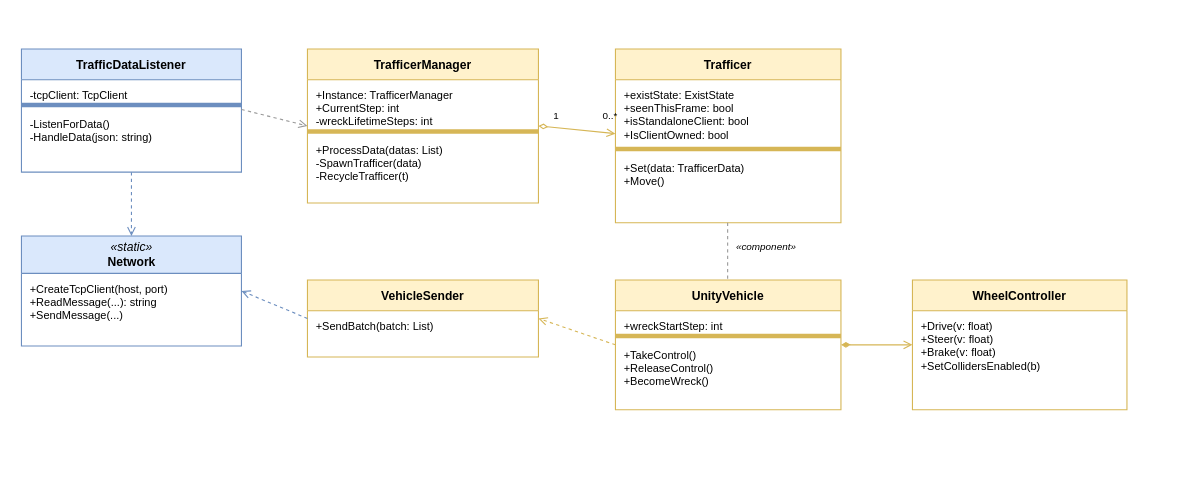
This is DiagramsCode/hinh4.5-so-do-lop-unity.drawio from MinhHoang137/SUMO-GR1, a draw.io file, before an edit. Source tidied: cells renumbered, new cells numbered last; positions are measured from the earlier drawing's top-left corner, leaving out a move shared by most shapes. Both pictures are drawn from the tidied source at 110%, with x=0, y=0 at pixel (21, 48).
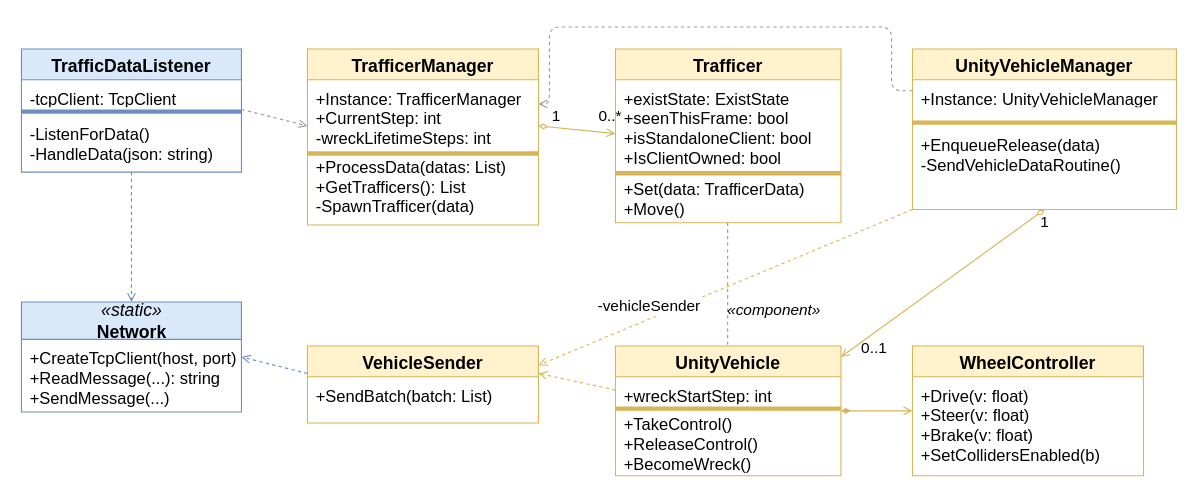
Above is the later version.

The edit, as a diff of the source:
```diff
@@
-    <mxCell id="2" value="TrafficDataListener" style="swimlane;fontStyle=1;align=center;startSize=28;fillColor=#dae8fc;strokeColor=#6c8ebf;fontSize=11;" parent="1" vertex="1">
+    <mxCell id="2" value="TrafficDataListener" style="swimlane;fontStyle=1;align=center;startSize=28;fillColor=#dae8fc;strokeColor=#6c8ebf;fontSize=16;" parent="1" vertex="1">
       <mxGeometry width="200" height="112" as="geometry" />
     </mxCell>
-    <mxCell id="3" value="-tcpClient: TcpClient" style="text;strokeColor=none;fillColor=none;align=left;verticalAlign=top;spacingLeft=6;spacingTop=2;overflow=hidden;fontSize=10;" parent="2" vertex="1">
+    <mxCell id="3" value="-tcpClient: TcpClient" style="text;strokeColor=none;fillColor=none;align=left;verticalAlign=top;spacingLeft=6;spacingTop=2;overflow=hidden;fontSize=15;" parent="2" vertex="1">
       <mxGeometry y="28" width="200" height="20" as="geometry" />
     </mxCell>
     <mxCell id="4" style="line;strokeColor=#6c8ebf;fillColor=none;" parent="2" vertex="1">
-      <mxGeometry y="48" width="200" height="6" as="geometry" />
+      <mxGeometry y="54" width="200" height="6" as="geometry" />
     </mxCell>
-    <mxCell id="5" value="-ListenForData()&#10;-HandleData(json: string)" style="text;strokeColor=none;fillColor=none;align=left;verticalAlign=top;spacingLeft=6;spacingTop=2;overflow=hidden;fontSize=10;" parent="2" vertex="1">
-      <mxGeometry y="54" width="200" height="58" as="geometry" />
+    <mxCell id="5" value="-ListenForData()&#10;-HandleData(json: string)" style="text;strokeColor=none;fillColor=none;align=left;verticalAlign=top;spacingLeft=6;spacingTop=2;overflow=hidden;fontSize=15;" parent="2" vertex="1">
+      <mxGeometry y="60" width="200" height="52" as="geometry" />
     </mxCell>
-    <mxCell id="6" value="&lt;i&gt;«static»&lt;/i&gt;&lt;br&gt;&lt;b&gt;Network&lt;/b&gt;" style="swimlane;fontStyle=0;align=center;startSize=34;fillColor=#dae8fc;strokeColor=#6c8ebf;fontSize=11;html=1;" parent="1" vertex="1">
-      <mxGeometry y="170" width="200" height="100" as="geometry" />
+    <mxCell id="6" value="&lt;i&gt;«static»&lt;/i&gt;&lt;br&gt;&lt;b&gt;Network&lt;/b&gt;" style="swimlane;fontStyle=0;align=center;startSize=34;fillColor=#dae8fc;strokeColor=#6c8ebf;fontSize=16;html=1;" parent="1" vertex="1">
+      <mxGeometry y="230" width="200" height="100" as="geometry" />
     </mxCell>
-    <mxCell id="7" value="+CreateTcpClient(host, port)&#10;+ReadMessage(...): string&#10;+SendMessage(...)" style="text;strokeColor=none;fillColor=none;align=left;verticalAlign=top;spacingLeft=6;spacingTop=2;overflow=hidden;fontSize=10;" parent="6" vertex="1">
+    <mxCell id="7" value="+CreateTcpClient(host, port)&#10;+ReadMessage(...): string&#10;+SendMessage(...)" style="text;strokeColor=none;fillColor=none;align=left;verticalAlign=top;spacingLeft=6;spacingTop=2;overflow=hidden;fontSize=15;" parent="6" vertex="1">
       <mxGeometry y="34" width="200" height="66" as="geometry" />
     </mxCell>
-    <mxCell id="8" value="TrafficerManager" style="swimlane;fontStyle=1;align=center;startSize=28;fillColor=#fff2cc;strokeColor=#d6b656;fontSize=11;" parent="1" vertex="1">
-      <mxGeometry x="260" width="210" height="140" as="geometry" />
+    <mxCell id="8" value="TrafficerManager" style="swimlane;fontStyle=1;align=center;startSize=28;fillColor=#fff2cc;strokeColor=#d6b656;fontSize=16;" parent="1" vertex="1">
+      <mxGeometry x="260" width="210" height="160" as="geometry" />
     </mxCell>
-    <mxCell id="9" value="+Instance: TrafficerManager&#10;+CurrentStep: int&#10;-wreckLifetimeSteps: int" style="text;strokeColor=none;fillColor=none;align=left;verticalAlign=top;spacingLeft=6;spacingTop=2;overflow=hidden;fontSize=10;" parent="8" vertex="1">
-      <mxGeometry y="28" width="210" height="44" as="geometry" />
+    <mxCell id="9" value="+Instance: TrafficerManager&#10;+CurrentStep: int&#10;-wreckLifetimeSteps: int" style="text;strokeColor=none;fillColor=none;align=left;verticalAlign=top;spacingLeft=6;spacingTop=2;overflow=hidden;fontSize=15;" parent="8" vertex="1">
+      <mxGeometry y="28" width="210" height="72" as="geometry" />
     </mxCell>
     <mxCell id="10" style="line;strokeColor=#d6b656;fillColor=none;" parent="8" vertex="1">
-      <mxGeometry y="72" width="210" height="6" as="geometry" />
+      <mxGeometry y="90" width="210" height="10" as="geometry" />
     </mxCell>
-    <mxCell id="11" value="+ProcessData(datas: List)&#10;-SpawnTrafficer(data)&#10;-RecycleTrafficer(t)" style="text;strokeColor=none;fillColor=none;align=left;verticalAlign=top;spacingLeft=6;spacingTop=2;overflow=hidden;fontSize=10;" parent="8" vertex="1">
-      <mxGeometry y="78" width="210" height="62" as="geometry" />
+    <mxCell id="11" value="+ProcessData(datas: List)&#10;+GetTrafficers(): List&#10;-SpawnTrafficer(data)" style="text;strokeColor=none;fillColor=none;align=left;verticalAlign=top;spacingLeft=6;spacingTop=2;overflow=hidden;fontSize=15;" parent="8" vertex="1">
+      <mxGeometry y="90" width="210" height="70" as="geometry" />
     </mxCell>
-    <mxCell id="12" value="VehicleSender" style="swimlane;fontStyle=1;align=center;startSize=28;fillColor=#fff2cc;strokeColor=#d6b656;fontSize=11;" parent="1" vertex="1">
-      <mxGeometry x="260" y="210" width="210" height="70" as="geometry" />
+    <mxCell id="12" value="VehicleSender" style="swimlane;fontStyle=1;align=center;startSize=28;fillColor=#fff2cc;strokeColor=#d6b656;fontSize=16;" parent="1" vertex="1">
+      <mxGeometry x="260" y="270" width="210" height="70" as="geometry" />
     </mxCell>
-    <mxCell id="13" value="+SendBatch(batch: List)" style="text;strokeColor=none;fillColor=none;align=left;verticalAlign=top;spacingLeft=6;spacingTop=2;overflow=hidden;fontSize=10;" parent="12" vertex="1">
+    <mxCell id="13" value="+SendBatch(batch: List)" style="text;strokeColor=none;fillColor=none;align=left;verticalAlign=top;spacingLeft=6;spacingTop=2;overflow=hidden;fontSize=15;" parent="12" vertex="1">
       <mxGeometry y="28" width="210" height="42" as="geometry" />
     </mxCell>
-    <mxCell id="14" value="Trafficer" style="swimlane;fontStyle=1;align=center;startSize=28;fillColor=#fff2cc;strokeColor=#d6b656;fontSize=11;" parent="1" vertex="1">
+    <mxCell id="14" value="Trafficer" style="swimlane;fontStyle=1;align=center;startSize=28;fillColor=#fff2cc;strokeColor=#d6b656;fontSize=16;" parent="1" vertex="1">
       <mxGeometry x="540" width="205" height="158" as="geometry" />
     </mxCell>
-    <mxCell id="15" value="+existState: ExistState&#10;+seenThisFrame: bool&#10;+isStandaloneClient: bool&#10;+IsClientOwned: bool" style="text;strokeColor=none;fillColor=none;align=left;verticalAlign=top;spacingLeft=6;spacingTop=2;overflow=hidden;fontSize=10;" parent="14" vertex="1">
-      <mxGeometry y="28" width="205" height="60" as="geometry" />
+    <mxCell id="15" value="+existState: ExistState&#10;+seenThisFrame: bool&#10;+isStandaloneClient: bool&#10;+IsClientOwned: bool" style="text;strokeColor=none;fillColor=none;align=left;verticalAlign=top;spacingLeft=6;spacingTop=2;overflow=hidden;fontSize=15;" parent="14" vertex="1">
+      <mxGeometry y="28" width="205" height="82" as="geometry" />
     </mxCell>
     <mxCell id="16" style="line;strokeColor=#d6b656;fillColor=none;" parent="14" vertex="1">
-      <mxGeometry y="88" width="205" height="6" as="geometry" />
+      <mxGeometry y="110" width="205" height="6" as="geometry" />
     </mxCell>
-    <mxCell id="17" value="+Set(data: TrafficerData)&#10;+Move()" style="text;strokeColor=none;fillColor=none;align=left;verticalAlign=top;spacingLeft=6;spacingTop=2;overflow=hidden;fontSize=10;" parent="14" vertex="1">
-      <mxGeometry y="94" width="205" height="64" as="geometry" />
+    <mxCell id="17" value="+Set(data: TrafficerData)&#10;+Move()" style="text;strokeColor=none;fillColor=none;align=left;verticalAlign=top;spacingLeft=6;spacingTop=2;overflow=hidden;fontSize=15;" parent="14" vertex="1">
+      <mxGeometry y="110" width="205" height="58" as="geometry" />
     </mxCell>
-    <mxCell id="18" value="UnityVehicle" style="swimlane;fontStyle=1;align=center;startSize=28;fillColor=#fff2cc;strokeColor=#d6b656;fontSize=11;" parent="1" vertex="1">
-      <mxGeometry x="540" y="210" width="205" height="118" as="geometry" />
+    <mxCell id="18" value="UnityVehicle" style="swimlane;fontStyle=1;align=center;startSize=28;fillColor=#fff2cc;strokeColor=#d6b656;fontSize=16;" parent="1" vertex="1">
+      <mxGeometry x="540" y="270" width="205" height="118" as="geometry" />
     </mxCell>
-    <mxCell id="19" value="+wreckStartStep: int" style="text;strokeColor=none;fillColor=none;align=left;verticalAlign=top;spacingLeft=6;spacingTop=2;overflow=hidden;fontSize=10;" parent="18" vertex="1">
+    <mxCell id="19" value="+wreckStartStep: int" style="text;strokeColor=none;fillColor=none;align=left;verticalAlign=top;spacingLeft=6;spacingTop=2;overflow=hidden;fontSize=15;" parent="18" vertex="1">
       <mxGeometry y="28" width="205" height="20" as="geometry" />
     </mxCell>
     <mxCell id="20" style="line;strokeColor=#d6b656;fillColor=none;" parent="18" vertex="1">
-      <mxGeometry y="48" width="205" height="6" as="geometry" />
+      <mxGeometry y="54" width="205" height="6" as="geometry" />
     </mxCell>
-    <mxCell id="21" value="+TakeControl()&#10;+ReleaseControl()&#10;+BecomeWreck()" style="text;strokeColor=none;fillColor=none;align=left;verticalAlign=top;spacingLeft=6;spacingTop=2;overflow=hidden;fontSize=10;" parent="18" vertex="1">
+    <mxCell id="21" value="+TakeControl()&#10;+ReleaseControl()&#10;+BecomeWreck()" style="text;strokeColor=none;fillColor=none;align=left;verticalAlign=top;spacingLeft=6;spacingTop=2;overflow=hidden;fontSize=15;" parent="18" vertex="1">
       <mxGeometry y="54" width="205" height="64" as="geometry" />
     </mxCell>
+    <mxCell id="34" value="UnityVehicleManager" style="swimlane;fontStyle=1;align=center;startSize=28;fillColor=#fff2cc;strokeColor=#d6b656;fontSize=16;" parent="1" vertex="1">
+      <mxGeometry x="810" width="240" height="146" as="geometry" />
+    </mxCell>
+    <mxCell id="35" value="+Instance: UnityVehicleManager" style="text;strokeColor=none;fillColor=none;align=left;verticalAlign=top;spacingLeft=6;spacingTop=2;overflow=hidden;fontSize=15;" parent="34" vertex="1">
+      <mxGeometry y="28" width="240" height="20" as="geometry" />
+    </mxCell>
+    <mxCell id="36" style="line;strokeColor=#d6b656;fillColor=none;" parent="34" vertex="1">
+      <mxGeometry y="64" width="240" height="6" as="geometry" />
+    </mxCell>
+    <mxCell id="37" value="+EnqueueRelease(data)&#10;-SendVehicleDataRoutine()" style="text;strokeColor=none;fillColor=none;align=left;verticalAlign=top;spacingLeft=6;spacingTop=2;overflow=hidden;fontSize=15;" parent="34" vertex="1">
+      <mxGeometry y="70" width="240" height="76" as="geometry" />
+    </mxCell>
-    <mxCell id="22" value="WheelController" style="swimlane;fontStyle=1;align=center;startSize=28;fillColor=#fff2cc;strokeColor=#d6b656;fontSize=11;" parent="1" vertex="1">
-      <mxGeometry x="810" y="210" width="195" height="118" as="geometry" />
+    <mxCell id="22" value="WheelController" style="swimlane;fontStyle=1;align=center;startSize=28;fillColor=#fff2cc;strokeColor=#d6b656;fontSize=16;" parent="1" vertex="1">
+      <mxGeometry x="810" y="270" width="210" height="118" as="geometry" />
     </mxCell>
-    <mxCell id="23" value="+Drive(v: float)&#10;+Steer(v: float)&#10;+Brake(v: float)&#10;+SetCollidersEnabled(b)" style="text;strokeColor=none;fillColor=none;align=left;verticalAlign=top;spacingLeft=6;spacingTop=2;overflow=hidden;fontSize=10;" parent="22" vertex="1">
-      <mxGeometry y="28" width="195" height="90" as="geometry" />
+    <mxCell id="23" value="+Drive(v: float)&#10;+Steer(v: float)&#10;+Brake(v: float)&#10;+SetCollidersEnabled(b)" style="text;strokeColor=none;fillColor=none;align=left;verticalAlign=top;spacingLeft=6;spacingTop=2;overflow=hidden;fontSize=15;" parent="22" vertex="1">
+      <mxGeometry y="28" width="210" height="90" as="geometry" />
     </mxCell>
-    <mxCell id="24" style="endArrow=open;endFill=0;dashed=1;strokeColor=#6c8ebf;fontSize=9;" parent="1" edge="1">
+    <mxCell id="24" style="endArrow=open;endFill=0;dashed=1;strokeColor=#6c8ebf;fontSize=14;" parent="1" edge="1">
       <mxGeometry relative="1" as="geometry">
         <mxPoint x="100" y="112" as="sourcePoint" />
-        <mxPoint x="100" y="170" as="targetPoint" />
+        <mxPoint x="100" y="230" as="targetPoint" />
       </mxGeometry>
     </mxCell>
-    <mxCell id="25" style="endArrow=open;endFill=0;dashed=1;strokeColor=#999999;fontSize=9;" parent="1" edge="1">
+    <mxCell id="25" style="endArrow=open;endFill=0;dashed=1;strokeColor=#999999;fontSize=14;" parent="1" edge="1">
       <mxGeometry relative="1" as="geometry">
         <mxPoint x="200" y="55" as="sourcePoint" />
         <mxPoint x="260" y="70" as="targetPoint" />
       </mxGeometry>
     </mxCell>
@@
-    <mxCell id="27" value="1" style="text;html=1;strokeColor=none;fillColor=none;align=center;verticalAlign=middle;fontSize=9;" parent="1" vertex="1">
+    <mxCell id="27" value="1" style="text;html=1;strokeColor=none;fillColor=none;align=center;verticalAlign=middle;fontSize=14;" parent="1" vertex="1">
       <mxGeometry x="478" y="54" width="16" height="14" as="geometry" />
     </mxCell>
-    <mxCell id="28" value="0..*" style="text;html=1;strokeColor=none;fillColor=none;align=center;verticalAlign=middle;fontSize=9;" parent="1" vertex="1">
+    <mxCell id="28" value="0..*" style="text;html=1;strokeColor=none;fillColor=none;align=center;verticalAlign=middle;fontSize=14;" parent="1" vertex="1">
       <mxGeometry x="520" y="54" width="30" height="14" as="geometry" />
     </mxCell>
     <mxCell id="29" style="endArrow=none;dashed=1;strokeColor=#999999;" parent="1" edge="1">
       <mxGeometry relative="1" as="geometry">
         <mxPoint x="642" y="158" as="sourcePoint" />
-        <mxPoint x="642" y="210" as="targetPoint" />
+        <mxPoint x="642" y="270" as="targetPoint" />
       </mxGeometry>
     </mxCell>
-    <mxCell id="30" value="«component»" style="text;html=1;strokeColor=none;fillColor=none;align=left;verticalAlign=middle;fontSize=9;fontStyle=2;" parent="1" vertex="1">
-      <mxGeometry x="648" y="173" width="78" height="14" as="geometry" />
+    <mxCell id="30" value="«component»" style="text;html=1;strokeColor=none;fillColor=none;align=left;verticalAlign=middle;fontSize=14;fontStyle=2;" parent="1" vertex="1">
+      <mxGeometry x="640" y="230" width="78" height="14" as="geometry" />
     </mxCell>
     <mxCell id="31" style="startArrow=diamondThin;startFill=1;endArrow=open;endFill=0;strokeColor=#d6b656;" parent="1" edge="1">
       <mxGeometry relative="1" as="geometry">
-        <mxPoint x="745" y="269" as="sourcePoint" />
-        <mxPoint x="810" y="269" as="targetPoint" />
+        <mxPoint x="745" y="329" as="sourcePoint" />
+        <mxPoint x="810" y="329" as="targetPoint" />
       </mxGeometry>
     </mxCell>
-    <mxCell id="32" style="endArrow=open;endFill=0;dashed=1;strokeColor=#d6b656;fontSize=9;" parent="1" edge="1">
+    <mxCell id="32" style="endArrow=open;endFill=0;dashed=1;strokeColor=#d6b656;fontSize=14;" parent="1" edge="1">
       <mxGeometry relative="1" as="geometry">
-        <mxPoint x="540" y="269" as="sourcePoint" />
-        <mxPoint x="470" y="245" as="targetPoint" />
+        <mxPoint x="540" y="310" as="sourcePoint" />
+        <mxPoint x="470" y="295" as="targetPoint" />
       </mxGeometry>
     </mxCell>
-    <mxCell id="33" style="endArrow=open;endFill=0;dashed=1;strokeColor=#6c8ebf;fontSize=9;" parent="1" edge="1">
+    <mxCell id="33" style="endArrow=open;endFill=0;dashed=1;strokeColor=#6c8ebf;fontSize=14;" parent="1" edge="1">
       <mxGeometry relative="1" as="geometry">
-        <mxPoint x="260" y="245" as="sourcePoint" />
-        <mxPoint x="200" y="220" as="targetPoint" />
+        <mxPoint x="260" y="295" as="sourcePoint" />
+        <mxPoint x="200" y="280" as="targetPoint" />
       </mxGeometry>
     </mxCell>
+    <mxCell id="38" value="-vehicleSender" style="endArrow=open;endFill=0;dashed=1;strokeColor=#d6b656;fontSize=14;entryX=1;entryY=0.25;entryDx=0;entryDy=0;exitX=0;exitY=1;exitDx=0;exitDy=0;" parent="1" edge="1" source="37" target="12">
+      <mxGeometry x="0.38" y="-12" relative="1" as="geometry" />
+    </mxCell>
+    <mxCell id="39" style="startArrow=diamondThin;startFill=0;endArrow=open;endFill=0;strokeColor=#d6b656;exitX=0.5;exitY=1;exitDx=0;exitDy=0;" parent="1" edge="1" source="34">
+      <mxGeometry relative="1" as="geometry">
+        <mxPoint x="745" y="280" as="targetPoint" />
+      </mxGeometry>
+    </mxCell>
+    <mxCell id="40" value="0..1" style="text;html=1;strokeColor=none;fillColor=none;align=center;verticalAlign=middle;fontSize=14;" parent="1" vertex="1">
+      <mxGeometry x="760" y="265" width="30" height="14" as="geometry" />
+    </mxCell>
+    <mxCell id="41" style="endArrow=open;endFill=0;dashed=1;strokeColor=#999999;fontSize=14;edgeStyle=orthogonalEdgeStyle;exitX=0;exitY=0.5;exitDx=0;exitDy=0;" parent="1" edge="1" source="35">
+      <mxGeometry relative="1" as="geometry">
+        <mxPoint x="470" y="50" as="targetPoint" />
+        <Array as="points">
+          <mxPoint x="791" y="38" />
+          <mxPoint x="791" y="-20" />
+          <mxPoint x="480" y="-20" />
+          <mxPoint x="480" y="50" />
+        </Array>
+      </mxGeometry>
+    </mxCell>
+    <mxCell id="42" value="1" style="text;html=1;strokeColor=none;fillColor=none;align=center;verticalAlign=middle;fontSize=14;" parent="1" vertex="1">
+      <mxGeometry x="922" y="150" width="16" height="14" as="geometry" />
+    </mxCell>
```
